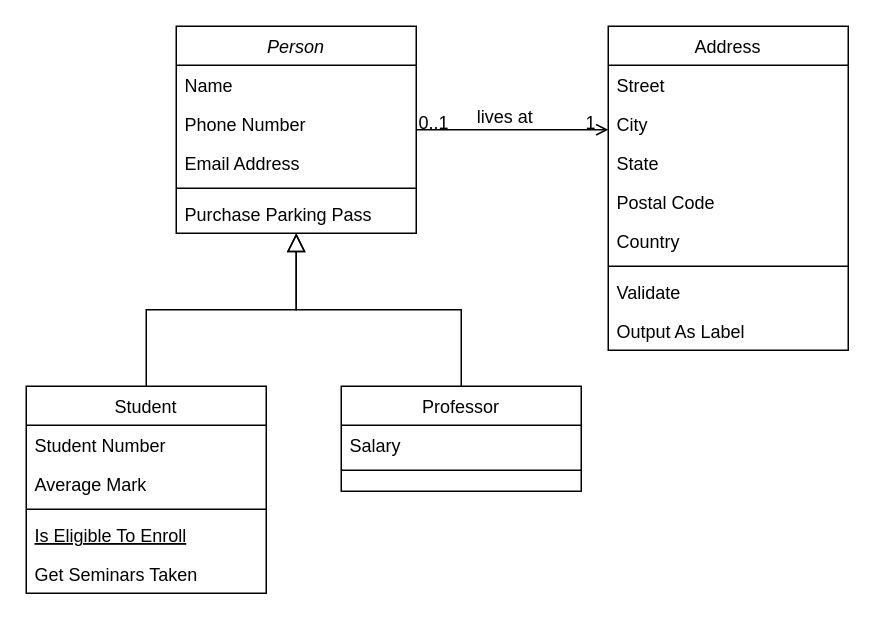
Earlier version of the draw.io diagram Untitled Diagram.drawio (Lukacius/Comp5348-W3-Tut). Source tidied: cells renumbered, new cells numbered last; positions are measured from the earlier drawing's top-left corner, leaving out a move shared by most shapes. Both pictures are drawn from the tidied source at 150%, with x=0, y=0 at pixel (26, 26).
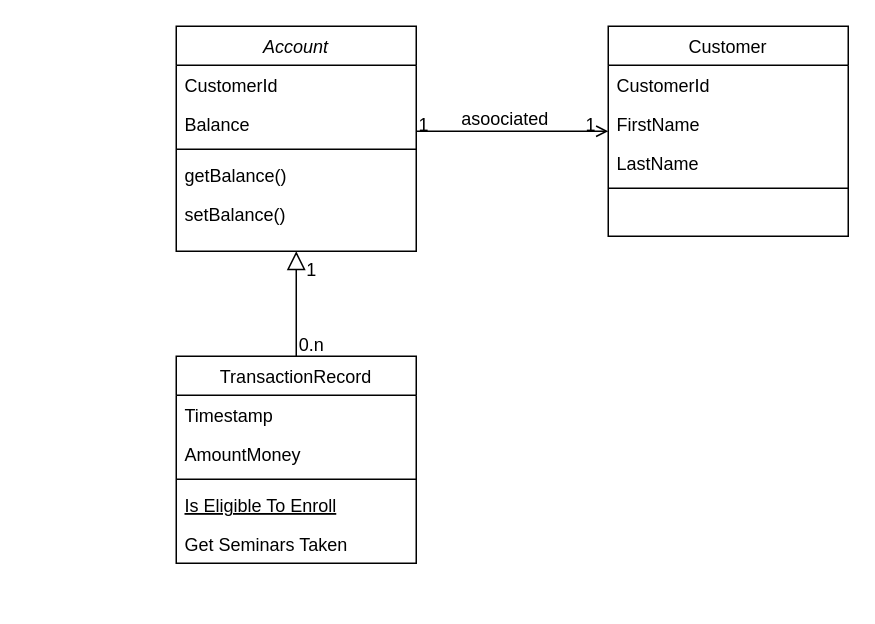
Above is the later version.

The change refers to these unchanged cells:
```xml
<mxCell id="28" style="endArrow=open;shadow=0;strokeWidth=1;rounded=0;curved=0;endFill=1;edgeStyle=elbowEdgeStyle;elbow=vertical;" parent="1" edge="1" source="2" target="19">
  <mxGeometry x="0.5" y="41" relative="1" as="geometry">
    <mxPoint x="-40" y="32" as="offset" />
  </mxGeometry>
</mxCell>
```

Diff of the diagram source:
```diff
@@
-    <mxCell id="2" value="Person" style="swimlane;fontStyle=2;align=center;verticalAlign=top;horizontal=1;startSize=26;rounded=0;shadow=0;strokeWidth=1;" parent="1" vertex="1">
-      <mxGeometry x="100" width="160" height="138" as="geometry" />
+    <mxCell id="2" value="Account" style="swimlane;fontStyle=2;align=center;verticalAlign=top;horizontal=1;startSize=26;rounded=0;shadow=0;strokeWidth=1;" parent="1" vertex="1">
+      <mxGeometry x="100" width="160" height="150" as="geometry" />
     </mxCell>
-    <mxCell id="3" value="Name" style="text;align=left;verticalAlign=top;spacingLeft=4;spacingRight=4;overflow=hidden;" parent="2" vertex="1">
+    <mxCell id="3" value="CustomerId" style="text;align=left;verticalAlign=top;spacingLeft=4;spacingRight=4;overflow=hidden;" parent="2" vertex="1">
       <mxGeometry y="26" width="160" height="26" as="geometry" />
     </mxCell>
-    <mxCell id="4" value="Phone Number" style="text;align=left;verticalAlign=top;spacingLeft=4;spacingRight=4;overflow=hidden;rounded=0;shadow=0;html=0;" parent="2" vertex="1">
+    <mxCell id="4" value="Balance" style="text;align=left;verticalAlign=top;spacingLeft=4;spacingRight=4;overflow=hidden;rounded=0;shadow=0;html=0;" parent="2" vertex="1">
       <mxGeometry y="52" width="160" height="26" as="geometry" />
     </mxCell>
-    <mxCell id="5" value="Email Address" style="text;align=left;verticalAlign=top;spacingLeft=4;spacingRight=4;overflow=hidden;rounded=0;shadow=0;html=0;" parent="2" vertex="1">
-      <mxGeometry y="78" width="160" height="26" as="geometry" />
-    </mxCell>
     <mxCell id="6" style="line;html=1;strokeWidth=1;align=left;verticalAlign=middle;spacingTop=-1;spacingLeft=3;spacingRight=3;labelPosition=right;" parent="2" vertex="1">
-      <mxGeometry y="104" width="160" height="8" as="geometry" />
+      <mxGeometry y="78" width="160" height="8" as="geometry" />
     </mxCell>
-    <mxCell id="7" value="Purchase Parking Pass" style="text;align=left;verticalAlign=top;spacingLeft=4;spacingRight=4;overflow=hidden;" parent="2" vertex="1">
-      <mxGeometry y="112" width="160" height="26" as="geometry" />
+    <mxCell id="7" value="getBalance()" style="text;align=left;verticalAlign=top;spacingLeft=4;spacingRight=4;overflow=hidden;" parent="2" vertex="1">
+      <mxGeometry y="86" width="160" height="26" as="geometry" />
     </mxCell>
+    <mxCell id="32" value="&lt;span style=&quot;&quot;&gt;setBalance()&lt;/span&gt;" style="text;html=1;align=left;verticalAlign=top;strokeColor=none;fillColor=none;spacingLeft=4;" parent="2" vertex="1">
+      <mxGeometry y="112" width="160" height="30" as="geometry" />
+    </mxCell>
-    <mxCell id="8" value="Student" style="swimlane;fontStyle=0;align=center;verticalAlign=top;horizontal=1;startSize=26;rounded=0;shadow=0;strokeWidth=1;" parent="1" vertex="1">
-      <mxGeometry y="240" width="160" height="138" as="geometry" />
+    <mxCell id="8" value="TransactionRecord&#10;" style="swimlane;fontStyle=0;align=center;verticalAlign=top;horizontal=1;startSize=26;rounded=0;shadow=0;strokeWidth=1;" parent="1" vertex="1">
+      <mxGeometry x="100" y="220" width="160" height="138" as="geometry" />
     </mxCell>
-    <mxCell id="9" value="Student Number" style="text;align=left;verticalAlign=top;spacingLeft=4;spacingRight=4;overflow=hidden;" parent="8" vertex="1">
+    <mxCell id="9" value="Timestamp" style="text;align=left;verticalAlign=top;spacingLeft=4;spacingRight=4;overflow=hidden;" parent="8" vertex="1">
       <mxGeometry y="26" width="160" height="26" as="geometry" />
     </mxCell>
-    <mxCell id="10" value="Average Mark" style="text;align=left;verticalAlign=top;spacingLeft=4;spacingRight=4;overflow=hidden;rounded=0;shadow=0;html=0;" parent="8" vertex="1">
+    <mxCell id="10" value="AmountMoney" style="text;align=left;verticalAlign=top;spacingLeft=4;spacingRight=4;overflow=hidden;rounded=0;shadow=0;html=0;" parent="8" vertex="1">
       <mxGeometry y="52" width="160" height="26" as="geometry" />
     </mxCell>
@@
-    <mxCell id="15" value="Professor" style="swimlane;fontStyle=0;align=center;verticalAlign=top;horizontal=1;startSize=26;rounded=0;shadow=0;strokeWidth=1;" parent="1" vertex="1">
-      <mxGeometry x="210" y="240" width="160" height="70" as="geometry" />
-    </mxCell>
-    <mxCell id="16" value="Salary" style="text;align=left;verticalAlign=top;spacingLeft=4;spacingRight=4;overflow=hidden;" parent="15" vertex="1">
-      <mxGeometry y="26" width="160" height="26" as="geometry" />
-    </mxCell>
-    <mxCell id="17" style="line;html=1;strokeWidth=1;align=left;verticalAlign=middle;spacingTop=-1;spacingLeft=3;spacingRight=3;labelPosition=right;" parent="15" vertex="1">
-      <mxGeometry y="52" width="160" height="8" as="geometry" />
-    </mxCell>
-    <mxCell id="18" style="endArrow=block;endSize=10;endFill=0;shadow=0;strokeWidth=1;rounded=0;curved=0;edgeStyle=elbowEdgeStyle;elbow=vertical;" parent="1" edge="1" source="15" target="2">
-      <mxGeometry relative="1" as="geometry" />
-    </mxCell>
-    <mxCell id="19" value="Address" style="swimlane;fontStyle=0;align=center;verticalAlign=top;horizontal=1;startSize=26;rounded=0;shadow=0;strokeWidth=1;" parent="1" vertex="1">
-      <mxGeometry x="388" width="160" height="216" as="geometry" />
+    <mxCell id="19" value="Customer" style="swimlane;fontStyle=0;align=center;verticalAlign=top;horizontal=1;startSize=26;rounded=0;shadow=0;strokeWidth=1;" parent="1" vertex="1">
+      <mxGeometry x="388" width="160" height="140" as="geometry" />
     </mxCell>
+    <mxCell id="22" value="CustomerId" style="text;align=left;verticalAlign=top;spacingLeft=4;spacingRight=4;overflow=hidden;rounded=0;shadow=0;html=0;" parent="19" vertex="1">
+      <mxGeometry y="26" width="160" height="26" as="geometry" />
+    </mxCell>
-    <mxCell id="20" value="Street" style="text;align=left;verticalAlign=top;spacingLeft=4;spacingRight=4;overflow=hidden;" parent="19" vertex="1">
-      <mxGeometry y="26" width="160" height="26" as="geometry" />
+    <mxCell id="20" value="FirstName" style="text;align=left;verticalAlign=top;spacingLeft=4;spacingRight=4;overflow=hidden;" parent="19" vertex="1">
+      <mxGeometry y="52" width="160" height="26" as="geometry" />
     </mxCell>
-    <mxCell id="21" value="City" style="text;align=left;verticalAlign=top;spacingLeft=4;spacingRight=4;overflow=hidden;rounded=0;shadow=0;html=0;" parent="19" vertex="1">
-      <mxGeometry y="52" width="160" height="26" as="geometry" />
+    <mxCell id="21" value="LastName" style="text;align=left;verticalAlign=top;spacingLeft=4;spacingRight=4;overflow=hidden;rounded=0;shadow=0;html=0;" parent="19" vertex="1">
+      <mxGeometry y="78" width="160" height="26" as="geometry" />
     </mxCell>
-    <mxCell id="22" value="State" style="text;align=left;verticalAlign=top;spacingLeft=4;spacingRight=4;overflow=hidden;rounded=0;shadow=0;html=0;" parent="19" vertex="1">
-      <mxGeometry y="78" width="160" height="26" as="geometry" />
-    </mxCell>
-    <mxCell id="23" value="Postal Code" style="text;align=left;verticalAlign=top;spacingLeft=4;spacingRight=4;overflow=hidden;rounded=0;shadow=0;html=0;" parent="19" vertex="1">
-      <mxGeometry y="104" width="160" height="26" as="geometry" />
-    </mxCell>
-    <mxCell id="24" value="Country" style="text;align=left;verticalAlign=top;spacingLeft=4;spacingRight=4;overflow=hidden;rounded=0;shadow=0;html=0;" parent="19" vertex="1">
-      <mxGeometry y="130" width="160" height="26" as="geometry" />
-    </mxCell>
     <mxCell id="25" style="line;html=1;strokeWidth=1;align=left;verticalAlign=middle;spacingTop=-1;spacingLeft=3;spacingRight=3;labelPosition=right;" parent="19" vertex="1">
-      <mxGeometry y="156" width="160" height="8" as="geometry" />
+      <mxGeometry y="104" width="160" height="8" as="geometry" />
     </mxCell>
-    <mxCell id="26" value="Validate" style="text;align=left;verticalAlign=top;spacingLeft=4;spacingRight=4;overflow=hidden;" parent="19" vertex="1">
-      <mxGeometry y="164" width="160" height="26" as="geometry" />
-    </mxCell>
-    <mxCell id="27" value="Output As Label" style="text;align=left;verticalAlign=top;spacingLeft=4;spacingRight=4;overflow=hidden;" parent="19" vertex="1">
-      <mxGeometry y="190" width="160" height="26" as="geometry" />
-    </mxCell>
@@
-    <mxCell id="29" value="0..1" style="align=left;verticalAlign=bottom;labelBackgroundColor=none;fontSize=12;" parent="28" vertex="1">
+    <mxCell id="29" value="1" style="align=left;verticalAlign=bottom;labelBackgroundColor=none;fontSize=12;" parent="28" vertex="1">
       <mxGeometry x="-1" relative="1" as="geometry">
         <mxPoint y="4" as="offset" />
       </mxGeometry>
     </mxCell>
@@
-    <mxCell id="31" value="lives at" style="text;html=1;align=center;verticalAlign=middle;labelBackgroundColor=none;rounded=0;shadow=0;strokeWidth=1;fontSize=12;" parent="28" vertex="1">
+    <mxCell id="31" value="asoociated" style="text;html=1;align=center;verticalAlign=middle;labelBackgroundColor=none;rounded=0;shadow=0;strokeWidth=1;fontSize=12;" parent="28" vertex="1">
       <mxGeometry x="0.5" y="49" relative="1" as="geometry">
         <mxPoint x="-38" y="40" as="offset" />
       </mxGeometry>
     </mxCell>
+    <mxCell id="33" value="0.n" style="text;html=1;align=center;verticalAlign=middle;strokeColor=none;fillColor=none;" parent="1" vertex="1">
+      <mxGeometry x="170" y="198" width="40" height="30" as="geometry" />
+    </mxCell>
+    <mxCell id="34" value="1" style="text;html=1;align=center;verticalAlign=middle;strokeColor=none;fillColor=none;" parent="1" vertex="1">
+      <mxGeometry x="175" y="148" width="30" height="30" as="geometry" />
+    </mxCell>
```
